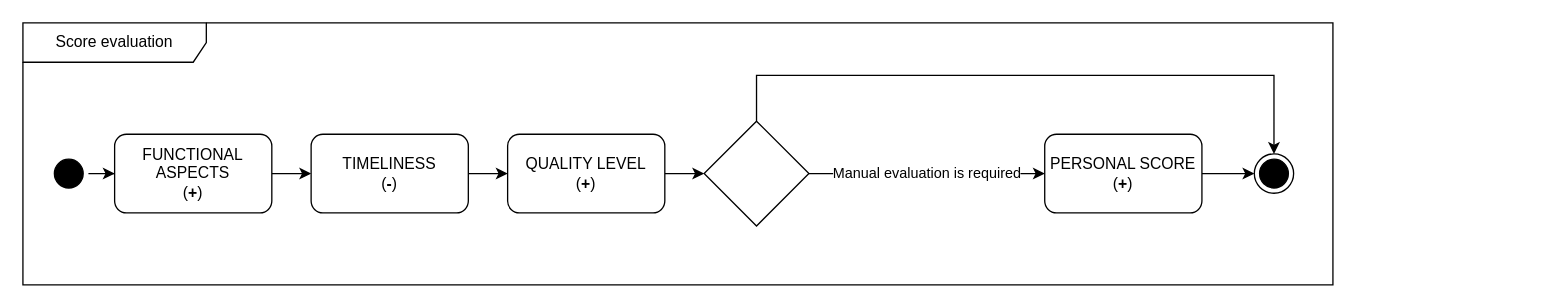
Before: page "Score" (3 of 3) of RASD/state_diagrams/diagrams.drawio in pontig/sw-eng-2-PasiniPontiggiaStasi, a draw.io diagram. Source tidied: cells renumbered, new cells numbered last; positions are measured from the earlier drawing's top-left corner, leaving out a move shared by most shapes. Both pictures are drawn from the tidied source at 131%, with x=0, y=0 at pixel (22, 22).
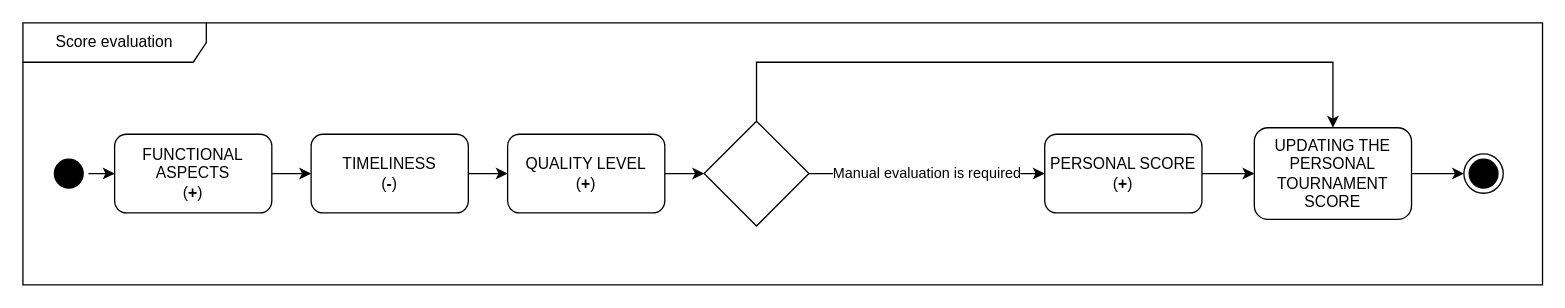
The same diagram, later.

Unchanged cells that the change refers to:
```xml
<mxCell id="12" style="rhombus;whiteSpace=wrap;html=1;" parent="1" vertex="1">
  <mxGeometry x="520" y="75" width="80" height="80" as="geometry" />
</mxCell>
<mxCell id="14" value="PERSONAL SCORE&lt;br&gt;(&lt;b&gt;+&lt;/b&gt;)" style="rounded=1;whiteSpace=wrap;html=1;" parent="1" vertex="1">
  <mxGeometry x="780" y="85" width="120" height="60" as="geometry" />
</mxCell>
```

What changed in the source:
```diff
@@
-    <mxCell id="11" style="edgeStyle=orthogonalEdgeStyle;rounded=0;jettySize=auto;html=1;" parent="1" edge="1" source="12" target="15">
-      <mxGeometry relative="1" as="geometry">
-        <Array as="points">
-          <mxPoint x="700" y="40" />
-          <mxPoint x="1175" y="40" />
-        </Array>
-      </mxGeometry>
-    </mxCell>
+    <mxCell id="17" style="edgeStyle=orthogonalEdgeStyle;rounded=0;jettySize=auto;html=1;" parent="1" edge="1" source="12" target="20">
+      <mxGeometry relative="1" as="geometry">
+        <Array as="points">
+          <mxPoint x="560" y="30" />
+          <mxPoint x="1000" y="30" />
+        </Array>
+      </mxGeometry>
+    </mxCell>
@@
-    <mxCell id="13" style="edgeStyle=orthogonalEdgeStyle;rounded=0;jettySize=auto;html=1;" parent="1" edge="1" source="14" target="15">
-      <mxGeometry relative="1" as="geometry" />
-    </mxCell>
+    <mxCell id="18" style="edgeStyle=orthogonalEdgeStyle;rounded=0;jettySize=auto;html=1;" parent="1" edge="1" source="14" target="20">
+      <mxGeometry relative="1" as="geometry" />
+    </mxCell>
@@
-    <mxCell id="15" style="ellipse;html=1;shape=endState;fillColor=#000000;strokeColor=#000000;" parent="1" vertex="1">
-      <mxGeometry x="940" y="100" width="30" height="30" as="geometry" />
-    </mxCell>
     <mxCell id="16" value="Score evaluation" style="shape=umlFrame;whiteSpace=wrap;html=1;width=140;height=30;" parent="1" vertex="1">
-      <mxGeometry width="1000" height="200" as="geometry" />
+      <mxGeometry width="1160" height="200" as="geometry" />
     </mxCell>
+    <mxCell id="19" style="edgeStyle=orthogonalEdgeStyle;rounded=0;jettySize=auto;html=1;" parent="1" edge="1" source="20" target="21">
+      <mxGeometry relative="1" as="geometry" />
+    </mxCell>
+    <mxCell id="20" value="UPDATING THE PERSONAL TOURNAMENT SCORE" style="rounded=1;whiteSpace=wrap;html=1;" parent="1" vertex="1">
+      <mxGeometry x="940" y="80" width="120" height="70" as="geometry" />
+    </mxCell>
+    <mxCell id="21" style="ellipse;html=1;shape=endState;fillColor=#000000;strokeColor=#000000;" parent="1" vertex="1">
+      <mxGeometry x="1100" y="100" width="30" height="30" as="geometry" />
+    </mxCell>
```
